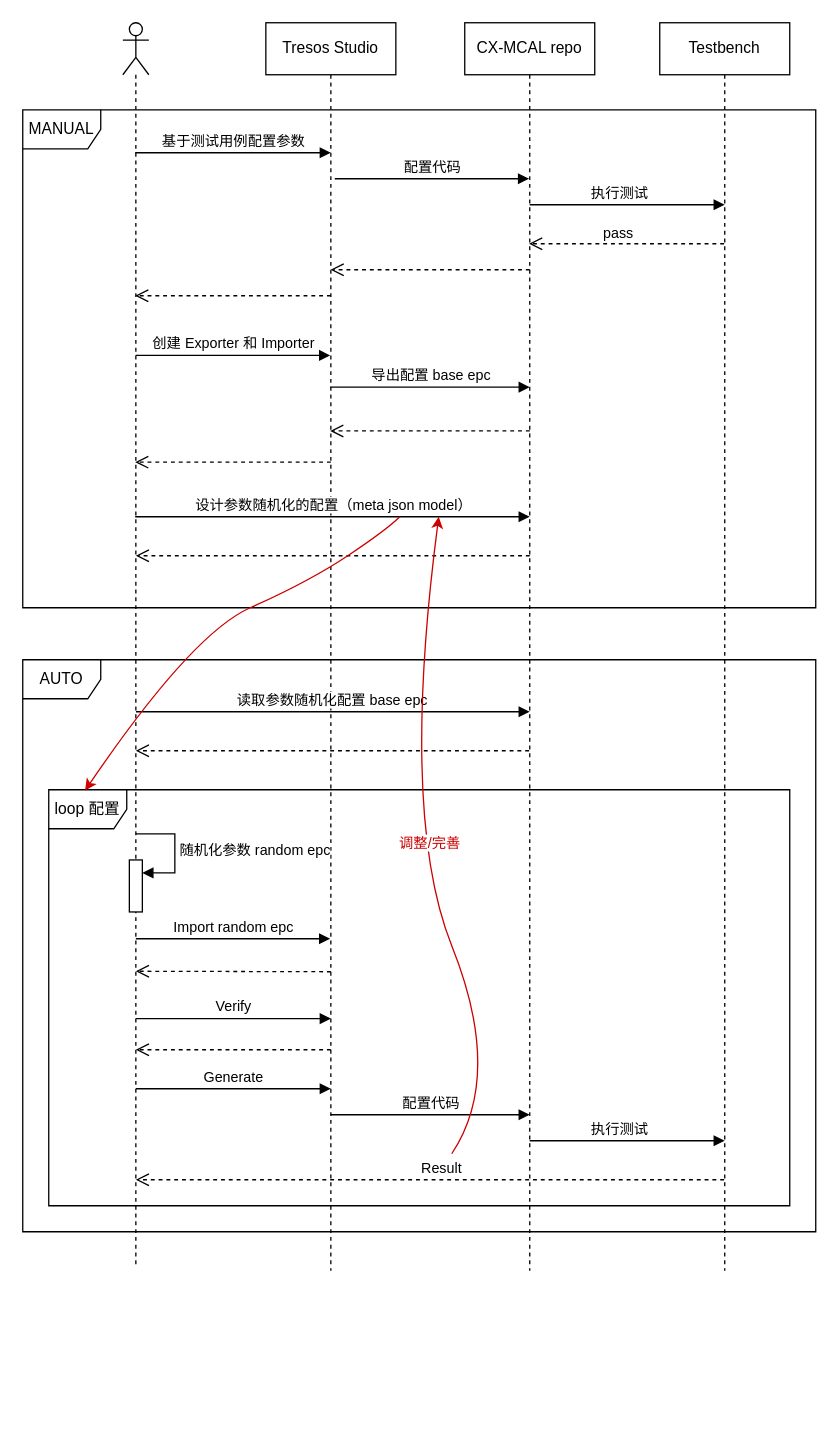
Earlier version of the draw.io diagram page "第 13 页" (13 of 13) of cx3288_sdk.drawio (hehenihao/chart). Source tidied: cells renumbered, new cells numbered last; positions are measured from the earlier drawing's top-left corner, leaving out a move shared by most shapes. Both pictures are drawn from the tidied source at 130%, with x=0, y=0 at pixel (22, 22).
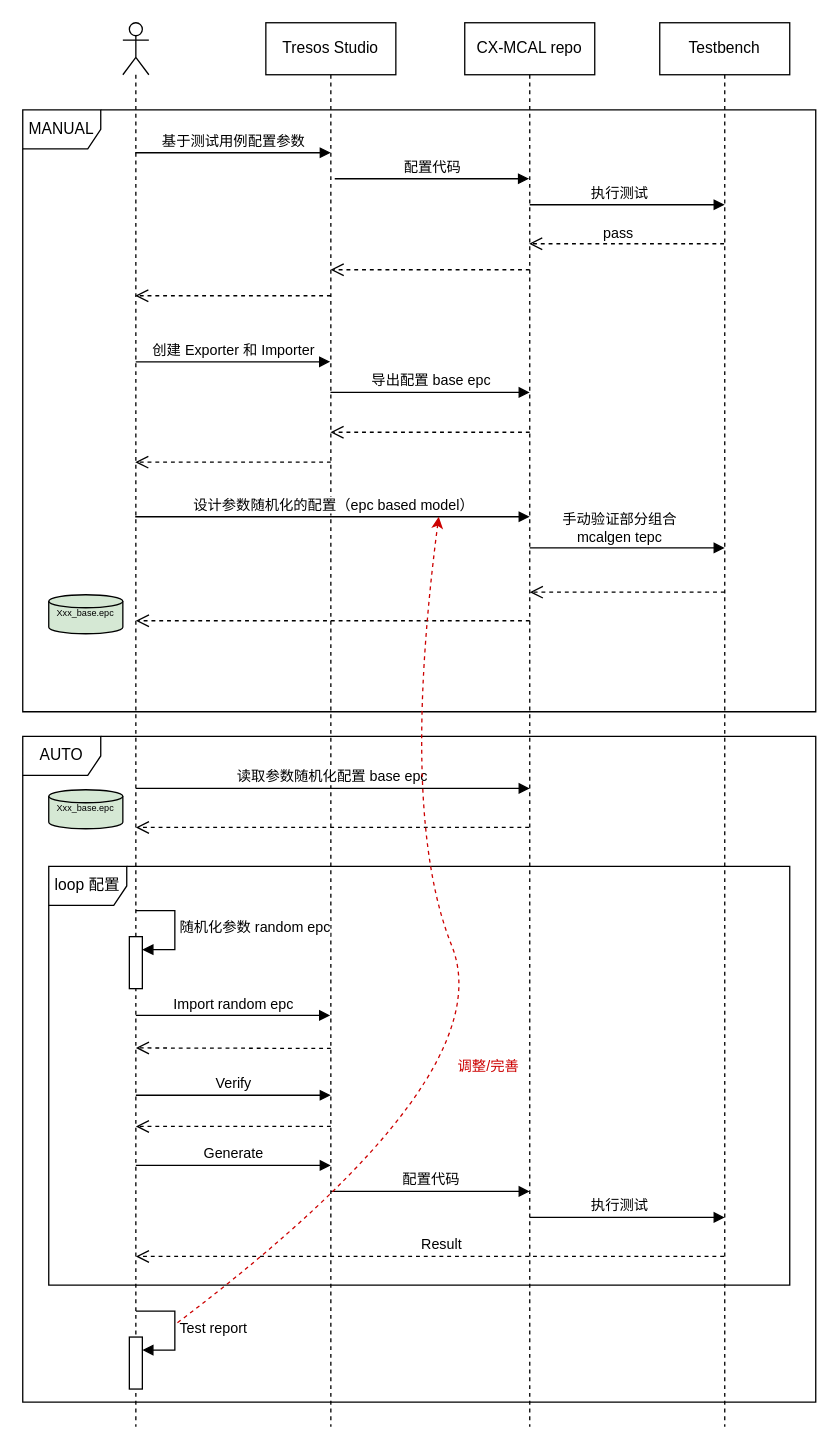
Above is the later version.

The edit, as a diff of the source:
```diff
@@
     <mxCell id="2" value="Tresos Studio" style="shape=umlLifeline;perimeter=lifelinePerimeter;whiteSpace=wrap;html=1;outlineConnect=0;portConstraint=eastwest;newEdgeStyle={&quot;curved&quot;:0,&quot;rounded&quot;:0};" parent="1" vertex="1">
-      <mxGeometry x="187" width="100" height="960" as="geometry" />
+      <mxGeometry x="187" width="100" height="1080" as="geometry" />
     </mxCell>
     <mxCell id="3" value="CX-MCAL repo" style="shape=umlLifeline;perimeter=lifelinePerimeter;whiteSpace=wrap;html=1;outlineConnect=0;portConstraint=eastwest;newEdgeStyle={&quot;curved&quot;:0,&quot;rounded&quot;:0};" parent="1" vertex="1">
-      <mxGeometry x="340" width="100" height="960" as="geometry" />
+      <mxGeometry x="340" width="100" height="1080" as="geometry" />
     </mxCell>
     <mxCell id="4" style="shape=umlLifeline;perimeter=lifelinePerimeter;whiteSpace=wrap;html=1;outlineConnect=0;portConstraint=eastwest;newEdgeStyle={&quot;curved&quot;:0,&quot;rounded&quot;:0};participant=umlActor;" parent="1" vertex="1">
-      <mxGeometry x="77" width="20" height="955" as="geometry" />
+      <mxGeometry x="77" width="20" height="1080" as="geometry" />
     </mxCell>
     <mxCell id="5" style="html=1;points=[[0,0,0,0,5],[0,1,0,0,-5],[1,0,0,0,5],[1,1,0,0,-5]];perimeter=orthogonalPerimeter;outlineConnect=0;targetShapes=umlLifeline;portConstraint=eastwest;newEdgeStyle={&quot;curved&quot;:0,&quot;rounded&quot;:0};" parent="4" vertex="1">
-      <mxGeometry x="5" y="644" width="10" height="40" as="geometry" />
+      <mxGeometry x="5" y="703" width="10" height="40" as="geometry" />
     </mxCell>
     <mxCell id="6" value="随机化参数 random epc" style="html=1;align=left;spacingLeft=2;endArrow=block;rounded=0;edgeStyle=orthogonalEdgeStyle;curved=0;rounded=0;" parent="4" edge="1" target="5">
       <mxGeometry relative="1" as="geometry">
-        <mxPoint x="10" y="624" as="sourcePoint" />
+        <mxPoint x="10" y="683" as="sourcePoint" />
         <Array as="points">
-          <mxPoint x="40" y="654" />
+          <mxPoint x="40" y="713" />
         </Array>
       </mxGeometry>
     </mxCell>
+    <mxCell id="40" style="html=1;points=[[0,0,0,0,5],[0,1,0,0,-5],[1,0,0,0,5],[1,1,0,0,-5]];perimeter=orthogonalPerimeter;outlineConnect=0;targetShapes=umlLifeline;portConstraint=eastwest;newEdgeStyle={&quot;curved&quot;:0,&quot;rounded&quot;:0};" parent="4" vertex="1">
+      <mxGeometry x="5" y="1011" width="10" height="40" as="geometry" />
+    </mxCell>
+    <mxCell id="41" value="Test report" style="html=1;align=left;spacingLeft=2;endArrow=block;rounded=0;edgeStyle=orthogonalEdgeStyle;curved=0;rounded=0;" parent="4" edge="1" target="40">
+      <mxGeometry relative="1" as="geometry">
+        <mxPoint x="10" y="991" as="sourcePoint" />
+        <Array as="points">
+          <mxPoint x="40" y="1021" />
+        </Array>
+      </mxGeometry>
+    </mxCell>
@@
     <mxCell id="8" value="MANUAL" style="shape=umlFrame;whiteSpace=wrap;html=1;" parent="1" vertex="1">
-      <mxGeometry y="67" width="610" height="383" as="geometry" />
+      <mxGeometry y="67" width="610" height="463" as="geometry" />
     </mxCell>
@@
     <mxCell id="12" value="Testbench" style="shape=umlLifeline;perimeter=lifelinePerimeter;whiteSpace=wrap;html=1;outlineConnect=0;portConstraint=eastwest;newEdgeStyle={&quot;curved&quot;:0,&quot;rounded&quot;:0};" parent="1" vertex="1">
-      <mxGeometry x="490" width="100" height="960" as="geometry" />
+      <mxGeometry x="490" width="100" height="1080" as="geometry" />
     </mxCell>
@@
-    <mxCell id="17" value="创建 Exporter 和 Importer" style="html=1;verticalAlign=bottom;endArrow=block;curved=0;rounded=0;exitX=0.495;exitY=0.268;exitDx=0;exitDy=0;exitPerimeter=0;" parent="1" edge="1" source="4" target="2">
-      <mxGeometry relative="1" as="geometry" />
+    <mxCell id="17" value="创建 Exporter 和 Importer" style="html=1;verticalAlign=bottom;endArrow=block;curved=0;rounded=0;exitX=0.495;exitY=0.268;exitDx=0;exitDy=0;exitPerimeter=0;" parent="1" edge="1">
+      <mxGeometry relative="1" as="geometry">
+        <mxPoint x="86.9" y="260.8" as="sourcePoint" />
+        <mxPoint x="236.5" y="260.8" as="targetPoint" />
+      </mxGeometry>
     </mxCell>
-    <mxCell id="18" value="导出配置 base epc" style="html=1;verticalAlign=bottom;endArrow=block;curved=0;rounded=0;entryX=0.5;entryY=0.292;entryDx=0;entryDy=0;entryPerimeter=0;" parent="1" edge="1" source="2" target="3">
-      <mxGeometry relative="1" as="geometry" />
+    <mxCell id="18" value="导出配置 base epc" style="html=1;verticalAlign=bottom;endArrow=block;curved=0;rounded=0;entryX=0.5;entryY=0.292;entryDx=0;entryDy=0;entryPerimeter=0;" parent="1" edge="1">
+      <mxGeometry relative="1" as="geometry">
+        <mxPoint x="236.7" y="284.4" as="sourcePoint" />
+        <mxPoint x="390" y="284.4" as="targetPoint" />
+      </mxGeometry>
     </mxCell>
-    <mxCell id="19" style="html=1;verticalAlign=bottom;endArrow=open;dashed=1;endSize=8;curved=0;rounded=0;" parent="1" edge="1" target="2">
+    <mxCell id="19" style="html=1;verticalAlign=bottom;endArrow=open;dashed=1;endSize=8;curved=0;rounded=0;" parent="1" edge="1">
       <mxGeometry relative="1" as="geometry">
-        <mxPoint x="390" y="314" as="sourcePoint" />
+        <mxPoint x="390" y="315" as="sourcePoint" />
+        <mxPoint x="236.7" y="315" as="targetPoint" />
       </mxGeometry>
     </mxCell>
@@
     <mxCell id="21" value="AUTO" style="shape=umlFrame;whiteSpace=wrap;html=1;" parent="1" vertex="1">
-      <mxGeometry y="490" width="610" height="440" as="geometry" />
+      <mxGeometry y="549" width="610" height="512" as="geometry" />
     </mxCell>
-    <mxCell id="22" value="设计参数随机化的配置（meta json model）" style="html=1;verticalAlign=bottom;endArrow=block;curved=0;rounded=0;" parent="1" edge="1" source="4">
+    <mxCell id="22" value="设计参数随机化的配置（epc based model）" style="html=1;verticalAlign=bottom;endArrow=block;curved=0;rounded=0;" parent="1" edge="1" source="4">
       <mxGeometry relative="1" as="geometry">
         <mxPoint x="390" y="380" as="targetPoint" />
       </mxGeometry>
     </mxCell>
     <mxCell id="23" style="html=1;verticalAlign=bottom;endArrow=open;dashed=1;endSize=8;curved=0;rounded=0;" parent="1" edge="1">
       <mxGeometry relative="1" as="geometry">
-        <mxPoint x="390" y="410" as="sourcePoint" />
-        <mxPoint x="87" y="410" as="targetPoint" />
+        <mxPoint x="390" y="460" as="sourcePoint" />
+        <mxPoint x="87" y="460" as="targetPoint" />
       </mxGeometry>
     </mxCell>
     <mxCell id="24" value="读取参数随机化配置 base epc" style="html=1;verticalAlign=bottom;endArrow=block;curved=0;rounded=0;" parent="1" edge="1">
       <mxGeometry relative="1" as="geometry">
-        <mxPoint x="87.1" y="530" as="sourcePoint" />
-        <mxPoint x="390" y="530" as="targetPoint" />
+        <mxPoint x="87.1" y="589" as="sourcePoint" />
+        <mxPoint x="390" y="589" as="targetPoint" />
       </mxGeometry>
     </mxCell>
-    <mxCell id="25" style="html=1;verticalAlign=bottom;endArrow=open;dashed=1;endSize=8;curved=0;rounded=0;" parent="1" edge="1" source="3">
+    <mxCell id="25" style="html=1;verticalAlign=bottom;endArrow=open;dashed=1;endSize=8;curved=0;rounded=0;" parent="1" edge="1">
       <mxGeometry relative="1" as="geometry">
-        <mxPoint x="87" y="560" as="targetPoint" />
+        <mxPoint x="389.5" y="619" as="sourcePoint" />
+        <mxPoint x="87" y="619" as="targetPoint" />
       </mxGeometry>
     </mxCell>
     <mxCell id="26" value="loop 配置" style="shape=umlFrame;whiteSpace=wrap;html=1;" parent="1" vertex="1">
-      <mxGeometry x="20" y="590" width="570" height="320" as="geometry" />
+      <mxGeometry x="20" y="649" width="570" height="322" as="geometry" />
     </mxCell>
-    <mxCell id="27" value="Import random epc" style="html=1;verticalAlign=bottom;endArrow=block;curved=0;rounded=0;" parent="1" edge="1" target="2">
+    <mxCell id="27" value="Import random epc" style="html=1;verticalAlign=bottom;endArrow=block;curved=0;rounded=0;" parent="1" edge="1">
       <mxGeometry relative="1" as="geometry">
-        <mxPoint x="87" y="704.6" as="sourcePoint" />
+        <mxPoint x="87" y="763.6" as="sourcePoint" />
+        <mxPoint x="236.5" y="763.6" as="targetPoint" />
       </mxGeometry>
     </mxCell>
     <mxCell id="28" style="html=1;verticalAlign=bottom;endArrow=open;dashed=1;endSize=8;curved=0;rounded=0;" parent="1" edge="1">
       <mxGeometry relative="1" as="geometry">
-        <mxPoint x="237" y="730" as="sourcePoint" />
-        <mxPoint x="87" y="729.6" as="targetPoint" />
+        <mxPoint x="237" y="789" as="sourcePoint" />
+        <mxPoint x="87" y="788.6" as="targetPoint" />
       </mxGeometry>
     </mxCell>
     <mxCell id="29" value="Verify" style="html=1;verticalAlign=bottom;endArrow=block;curved=0;rounded=0;" parent="1" edge="1">
       <mxGeometry relative="1" as="geometry">
-        <mxPoint x="87" y="766" as="sourcePoint" />
-        <mxPoint x="237" y="766" as="targetPoint" />
+        <mxPoint x="87" y="825" as="sourcePoint" />
+        <mxPoint x="237" y="825" as="targetPoint" />
       </mxGeometry>
     </mxCell>
     <mxCell id="30" style="html=1;verticalAlign=bottom;endArrow=open;dashed=1;endSize=8;curved=0;rounded=0;" parent="1" edge="1">
       <mxGeometry relative="1" as="geometry">
-        <mxPoint x="237" y="790" as="sourcePoint" />
-        <mxPoint x="87" y="790" as="targetPoint" />
+        <mxPoint x="237" y="849" as="sourcePoint" />
+        <mxPoint x="87" y="849" as="targetPoint" />
       </mxGeometry>
     </mxCell>
     <mxCell id="31" value="Generate" style="html=1;verticalAlign=bottom;endArrow=block;curved=0;rounded=0;" parent="1" edge="1">
       <mxGeometry relative="1" as="geometry">
-        <mxPoint x="87" y="820" as="sourcePoint" />
-        <mxPoint x="237" y="820" as="targetPoint" />
+        <mxPoint x="87" y="879" as="sourcePoint" />
+        <mxPoint x="237" y="879" as="targetPoint" />
       </mxGeometry>
     </mxCell>
     <mxCell id="32" value="配置代码" style="html=1;verticalAlign=bottom;endArrow=block;curved=0;rounded=0;" parent="1" edge="1">
       <mxGeometry relative="1" as="geometry">
-        <mxPoint x="237" y="840" as="sourcePoint" />
-        <mxPoint x="390" y="840" as="targetPoint" />
+        <mxPoint x="237" y="899" as="sourcePoint" />
+        <mxPoint x="390" y="899" as="targetPoint" />
       </mxGeometry>
     </mxCell>
     <mxCell id="33" style="endArrow=block;endFill=1;html=1;edgeStyle=orthogonalEdgeStyle;align=left;verticalAlign=top;rounded=0;" parent="1" edge="1">
       <mxGeometry x="-1" relative="1" as="geometry">
-        <mxPoint x="390" y="860" as="sourcePoint" />
-        <mxPoint x="540" y="860" as="targetPoint" />
+        <mxPoint x="390" y="919" as="sourcePoint" />
+        <mxPoint x="540" y="919" as="targetPoint" />
         <Array as="points">
-          <mxPoint x="533" y="860" />
-          <mxPoint x="533" y="860" />
+          <mxPoint x="533" y="919" />
+          <mxPoint x="533" y="919" />
         </Array>
       </mxGeometry>
     </mxCell>
@@
-    <mxCell id="35" style="html=1;verticalAlign=bottom;endArrow=open;dashed=1;endSize=8;curved=0;rounded=0;" parent="1" edge="1" source="12">
+    <mxCell id="35" style="html=1;verticalAlign=bottom;endArrow=open;dashed=1;endSize=8;curved=0;rounded=0;" parent="1" edge="1">
       <mxGeometry relative="1" as="geometry">
-        <mxPoint x="87" y="890" as="targetPoint" />
+        <mxPoint x="539.5" y="949" as="sourcePoint" />
+        <mxPoint x="87" y="949" as="targetPoint" />
       </mxGeometry>
     </mxCell>
@@
-    <mxCell id="37" style="curved=1;endArrow=classic;html=1;rounded=0;entryX=0.049;entryY=0.002;entryDx=0;entryDy=0;entryPerimeter=0;strokeColor=#CC0000;" parent="1" edge="1" target="26">
-      <mxGeometry relative="1" as="geometry">
-        <mxPoint x="290" y="380" as="sourcePoint" />
-        <Array as="points">
-          <mxPoint x="280" y="390" />
-          <mxPoint x="220" y="430" />
-          <mxPoint x="130" y="470" />
-        </Array>
-      </mxGeometry>
-    </mxCell>
-    <mxCell id="38" style="curved=1;endArrow=classic;html=1;rounded=0;strokeColor=#cc0000;" parent="1" edge="1">
+    <mxCell id="38" style="curved=1;endArrow=classic;html=1;rounded=0;strokeColor=#cc0000;dashed=1;" parent="1" edge="1">
       <mxGeometry relative="1" as="geometry">
-        <mxPoint x="330" y="870" as="sourcePoint" />
+        <mxPoint x="119" y="1000" as="sourcePoint" />
         <mxPoint x="320" y="380" as="targetPoint" />
         <Array as="points">
           <mxPoint x="370" y="810" />
           <mxPoint x="290" y="610" />
         </Array>
       </mxGeometry>
     </mxCell>
     <mxCell id="39" value="调整/完善" style="edgeLabel;html=1;align=center;verticalAlign=middle;fontColor=#cc0000;" parent="38" vertex="1">
-      <mxGeometry y="-13" relative="1" as="geometry" />
+      <mxGeometry y="-13" relative="1" as="geometry">
+        <mxPoint y="59" as="offset" />
+      </mxGeometry>
     </mxCell>
+    <mxCell id="42" style="endArrow=block;endFill=1;html=1;edgeStyle=orthogonalEdgeStyle;align=left;verticalAlign=top;rounded=0;" parent="1" edge="1">
+      <mxGeometry x="-1" relative="1" as="geometry">
+        <mxPoint x="390" y="404" as="sourcePoint" />
+        <mxPoint x="540" y="404" as="targetPoint" />
+        <Array as="points">
+          <mxPoint x="533" y="404" />
+          <mxPoint x="533" y="404" />
+        </Array>
+      </mxGeometry>
+    </mxCell>
+    <mxCell id="43" value="手动验证部分组合&lt;br&gt;mcalgen tepc" style="edgeLabel;html=1;align=center;verticalAlign=middle;" parent="42" vertex="1">
+      <mxGeometry x="-0.09" y="3" relative="1" as="geometry">
+        <mxPoint y="-13" as="offset" />
+      </mxGeometry>
+    </mxCell>
+    <mxCell id="44" style="html=1;verticalAlign=bottom;endArrow=open;dashed=1;endSize=8;curved=0;rounded=0;" parent="1" edge="1">
+      <mxGeometry relative="1" as="geometry">
+        <mxPoint x="540" y="438" as="sourcePoint" />
+        <mxPoint x="390" y="438" as="targetPoint" />
+        <Array as="points">
+          <mxPoint x="517" y="438" />
+        </Array>
+      </mxGeometry>
+    </mxCell>
+    <mxCell id="45" value="Xxx_base.epc" style="strokeWidth=1;html=1;shape=mxgraph.flowchart.database;whiteSpace=wrap;fontSize=7;fillColor=#D5E8D4;" parent="1" vertex="1">
+      <mxGeometry x="20" y="440" width="57" height="30" as="geometry" />
+    </mxCell>
+    <mxCell id="46" value="Xxx_base.epc" style="strokeWidth=1;html=1;shape=mxgraph.flowchart.database;whiteSpace=wrap;fontSize=7;fillColor=#D5E8D4;" parent="1" vertex="1">
+      <mxGeometry x="20" y="590" width="57" height="30" as="geometry" />
+    </mxCell>
```
